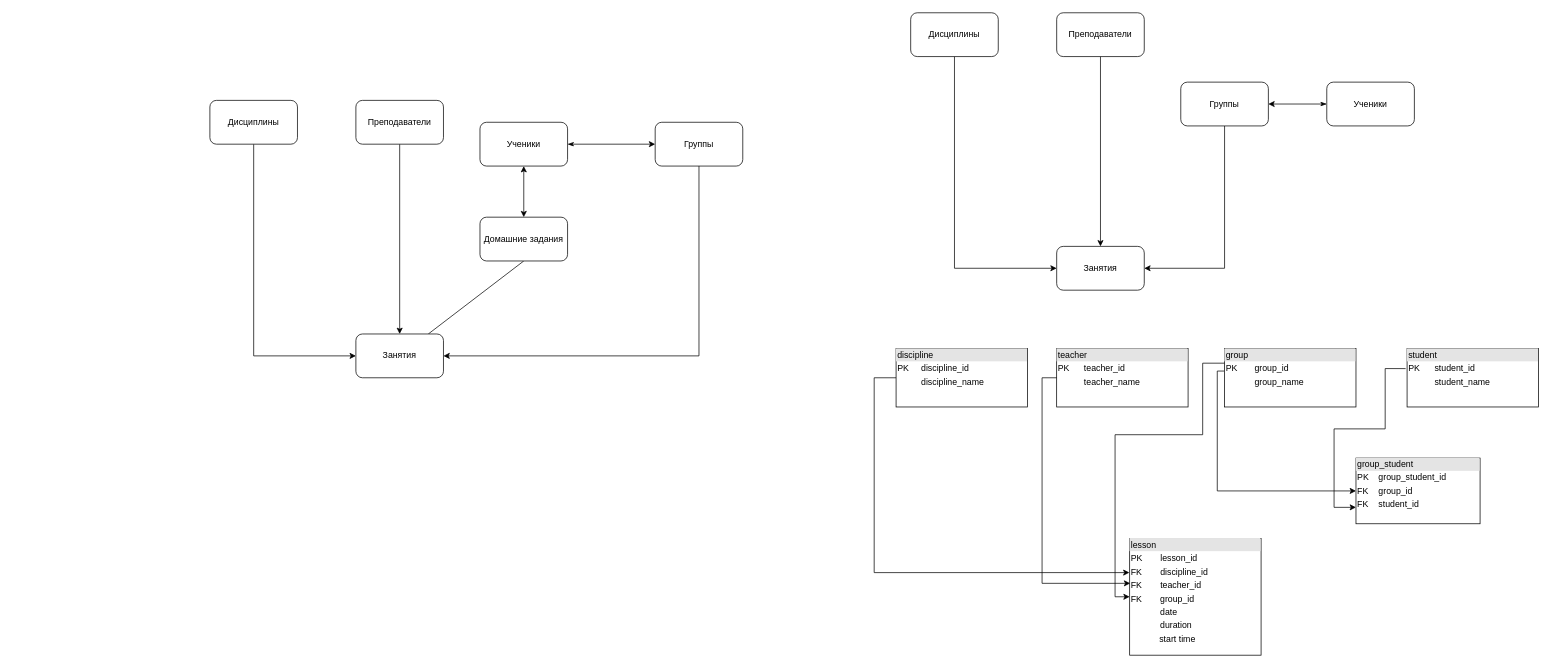
Before: web_final.drawio in flouressaint/myDiagrams, a draw.io diagram. Source tidied: cells renumbered, new cells numbered last; positions are measured from the earlier drawing's top-left corner, leaving out a move shared by most shapes. Both pictures are drawn from the tidied source at 73%, with x=0, y=0 at pixel (210, 12).
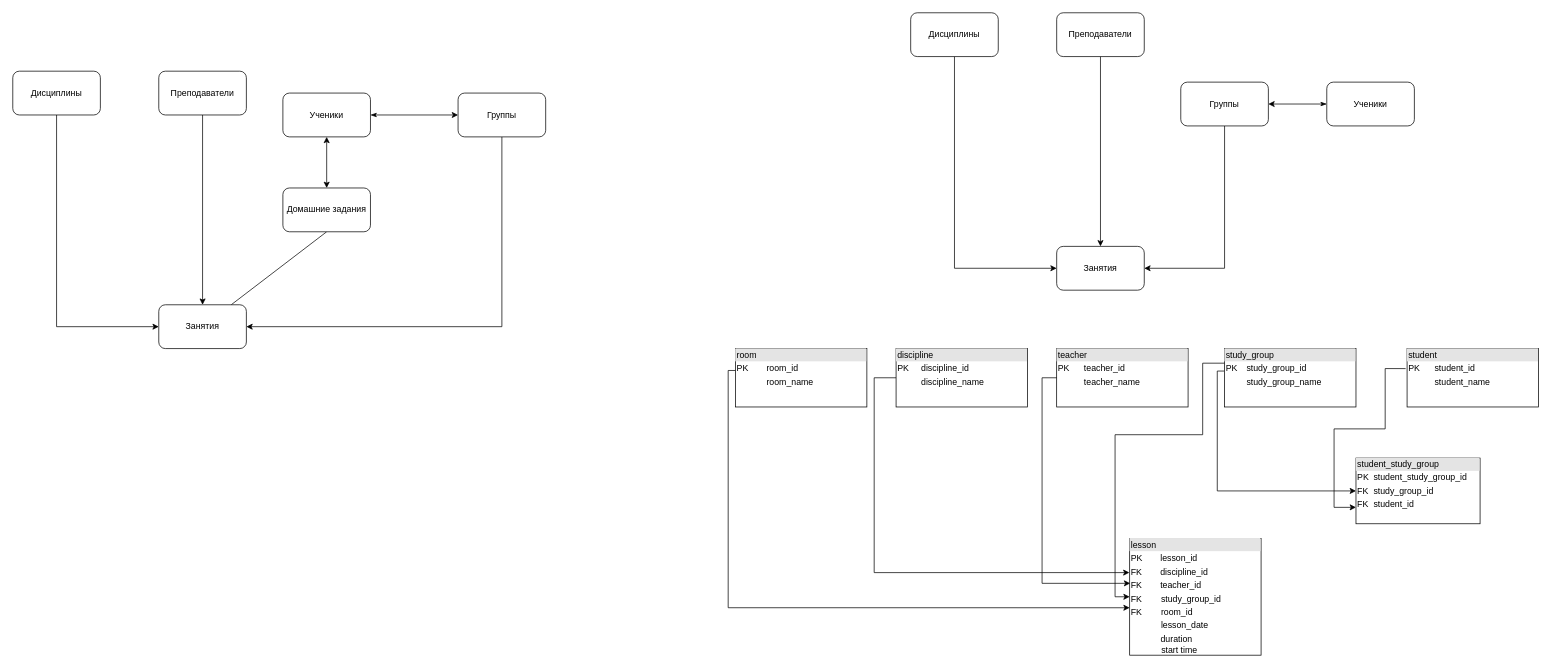
After the change.

Diff of the diagram source:
```diff
@@
     <mxCell id="3" value="Занятия" style="rounded=1;whiteSpace=wrap;html=1;" parent="1" vertex="1">
-      <mxGeometry x="200" y="440" width="120" height="60" as="geometry" />
+      <mxGeometry x="-70" y="400" width="120" height="60" as="geometry" />
     </mxCell>
@@
     <mxCell id="5" value="Преподавате&lt;span style=&quot;white-space: pre;&quot;&gt;ли&lt;/span&gt;" style="rounded=1;whiteSpace=wrap;html=1;" parent="1" vertex="1">
-      <mxGeometry x="200" y="120" width="120" height="60" as="geometry" />
+      <mxGeometry x="-70" y="80" width="120" height="60" as="geometry" />
     </mxCell>
@@
     <mxCell id="8" value="Ученики" style="rounded=1;whiteSpace=wrap;html=1;" parent="1" vertex="1">
-      <mxGeometry x="370" y="150" width="120" height="60" as="geometry" />
+      <mxGeometry x="100" y="110" width="120" height="60" as="geometry" />
     </mxCell>
@@
     <mxCell id="10" value="Дисциплины" style="rounded=1;whiteSpace=wrap;html=1;" parent="1" vertex="1">
-      <mxGeometry y="120" width="120" height="60" as="geometry" />
+      <mxGeometry x="-270" y="80" width="120" height="60" as="geometry" />
     </mxCell>
@@
     <mxCell id="12" value="Группы" style="rounded=1;whiteSpace=wrap;html=1;" parent="1" vertex="1">
-      <mxGeometry x="610" y="150" width="120" height="60" as="geometry" />
+      <mxGeometry x="340" y="110" width="120" height="60" as="geometry" />
     </mxCell>
     <mxCell id="13" value="Домашние задания" style="rounded=1;whiteSpace=wrap;html=1;" parent="1" vertex="1">
-      <mxGeometry x="370" y="280" width="120" height="60" as="geometry" />
+      <mxGeometry x="100" y="240" width="120" height="60" as="geometry" />
     </mxCell>
@@
-    <mxCell id="27" value="&lt;div style=&quot;box-sizing:border-box;width:100%;background:#e4e4e4;padding:2px;&quot;&gt;group&lt;/div&gt;&lt;table style=&quot;width:100%;font-size:1em;&quot; cellpadding=&quot;2&quot; cellspacing=&quot;0&quot;&gt;&lt;tbody&gt;&lt;tr&gt;&lt;td&gt;PK&lt;/td&gt;&lt;td&gt;group_id&lt;/td&gt;&lt;/tr&gt;&lt;tr&gt;&lt;td&gt;&lt;br&gt;&lt;/td&gt;&lt;td&gt;group_name&lt;/td&gt;&lt;/tr&gt;&lt;tr&gt;&lt;td&gt;&lt;/td&gt;&lt;td&gt;&lt;br&gt;&lt;/td&gt;&lt;/tr&gt;&lt;/tbody&gt;&lt;/table&gt;" style="verticalAlign=top;align=left;overflow=fill;html=1;whiteSpace=wrap;" parent="1" vertex="1">
+    <mxCell id="27" value="&lt;div style=&quot;box-sizing:border-box;width:100%;background:#e4e4e4;padding:2px;&quot;&gt;study_group&lt;/div&gt;&lt;table style=&quot;width:100%;font-size:1em;&quot; cellpadding=&quot;2&quot; cellspacing=&quot;0&quot;&gt;&lt;tbody&gt;&lt;tr&gt;&lt;td&gt;PK&lt;/td&gt;&lt;td&gt;study_group_id&lt;/td&gt;&lt;/tr&gt;&lt;tr&gt;&lt;td&gt;&lt;br&gt;&lt;/td&gt;&lt;td&gt;study_group_name&lt;/td&gt;&lt;/tr&gt;&lt;tr&gt;&lt;td&gt;&lt;/td&gt;&lt;td&gt;&lt;br&gt;&lt;/td&gt;&lt;/tr&gt;&lt;/tbody&gt;&lt;/table&gt;" style="verticalAlign=top;align=left;overflow=fill;html=1;whiteSpace=wrap;" parent="1" vertex="1">
       <mxGeometry x="1390" y="460" width="180" height="80" as="geometry" />
     </mxCell>
@@
-    <mxCell id="30" value="&lt;div style=&quot;box-sizing:border-box;width:100%;background:#e4e4e4;padding:2px;&quot;&gt;group_student&lt;/div&gt;&lt;table style=&quot;width:100%;font-size:1em;&quot; cellpadding=&quot;2&quot; cellspacing=&quot;0&quot;&gt;&lt;tbody&gt;&lt;tr&gt;&lt;td&gt;PK&lt;/td&gt;&lt;td&gt;group_student_id&lt;/td&gt;&lt;/tr&gt;&lt;tr&gt;&lt;td&gt;FK&lt;/td&gt;&lt;td&gt;group_id&lt;/td&gt;&lt;/tr&gt;&lt;tr&gt;&lt;td&gt;FK&lt;/td&gt;&lt;td&gt;student_id&lt;/td&gt;&lt;/tr&gt;&lt;/tbody&gt;&lt;/table&gt;" style="verticalAlign=top;align=left;overflow=fill;html=1;whiteSpace=wrap;" parent="1" vertex="1">
+    <mxCell id="30" value="&lt;div style=&quot;box-sizing:border-box;width:100%;background:#e4e4e4;padding:2px;&quot;&gt;student_study_group&lt;/div&gt;&lt;table style=&quot;width:100%;font-size:1em;&quot; cellpadding=&quot;2&quot; cellspacing=&quot;0&quot;&gt;&lt;tbody&gt;&lt;tr&gt;&lt;td&gt;PK&lt;/td&gt;&lt;td&gt;student_study_group_id&lt;/td&gt;&lt;/tr&gt;&lt;tr&gt;&lt;td&gt;FK&lt;/td&gt;&lt;td&gt;study_group_id&lt;/td&gt;&lt;/tr&gt;&lt;tr&gt;&lt;td&gt;FK&lt;/td&gt;&lt;td&gt;student_id&lt;/td&gt;&lt;/tr&gt;&lt;/tbody&gt;&lt;/table&gt;" style="verticalAlign=top;align=left;overflow=fill;html=1;whiteSpace=wrap;" parent="1" vertex="1">
       <mxGeometry x="1570" y="610" width="170" height="90" as="geometry" />
     </mxCell>
-    <mxCell id="31" value="&lt;div style=&quot;box-sizing:border-box;width:100%;background:#e4e4e4;padding:2px;&quot;&gt;lesson&lt;/div&gt;&lt;table style=&quot;width:100%;font-size:1em;&quot; cellpadding=&quot;2&quot; cellspacing=&quot;0&quot;&gt;&lt;tbody&gt;&lt;tr&gt;&lt;td&gt;PK&lt;/td&gt;&lt;td&gt;lesson_id&lt;/td&gt;&lt;/tr&gt;&lt;tr&gt;&lt;td&gt;FK&lt;/td&gt;&lt;td&gt;discipline_id&lt;/td&gt;&lt;/tr&gt;&lt;tr&gt;&lt;td&gt;FK&lt;/td&gt;&lt;td&gt;teacher_id&lt;/td&gt;&lt;/tr&gt;&lt;/tbody&gt;&lt;/table&gt;&lt;table style=&quot;border-color: var(--border-color); font-size: 1em; width: 180px;&quot; cellpadding=&quot;2&quot; cellspacing=&quot;0&quot;&gt;&lt;tbody style=&quot;border-color: var(--border-color);&quot;&gt;&lt;tr style=&quot;border-color: var(--border-color);&quot;&gt;&lt;td style=&quot;border-color: var(--border-color);&quot;&gt;FK&lt;/td&gt;&lt;td style=&quot;border-color: var(--border-color);&quot;&gt;group_id&lt;/td&gt;&lt;/tr&gt;&lt;tr style=&quot;border-color: var(--border-color);&quot;&gt;&lt;td style=&quot;border-color: var(--border-color);&quot;&gt;&lt;br&gt;&lt;/td&gt;&lt;td style=&quot;border-color: var(--border-color);&quot;&gt;date &amp;nbsp; &amp;nbsp; &amp;nbsp; &amp;nbsp; &amp;nbsp; &amp;nbsp;&lt;/td&gt;&lt;/tr&gt;&lt;tr style=&quot;border-color: var(--border-color);&quot;&gt;&lt;td style=&quot;border-color: var(--border-color);&quot;&gt;&lt;br&gt;&lt;/td&gt;&lt;td style=&quot;border-color: var(--border-color);&quot;&gt;duration&lt;/td&gt;&lt;/tr&gt;&lt;/tbody&gt;&lt;/table&gt;&lt;table style=&quot;border-color: var(--border-color); font-size: 1em; width: 180px;&quot; cellpadding=&quot;2&quot; cellspacing=&quot;0&quot;&gt;&lt;tbody style=&quot;border-color: var(--border-color);&quot;&gt;&lt;tr style=&quot;border-color: var(--border-color);&quot;&gt;&lt;td style=&quot;border-color: var(--border-color);&quot;&gt;&lt;span style=&quot;white-space: pre;&quot;&gt;&amp;nbsp;  &lt;/span&gt;&lt;/td&gt;&lt;td style=&quot;border-color: var(--border-color);&quot;&gt;&amp;nbsp;start time&lt;/td&gt;&lt;/tr&gt;&lt;/tbody&gt;&lt;/table&gt;" style="verticalAlign=top;align=left;overflow=fill;html=1;whiteSpace=wrap;" parent="1" vertex="1">
+    <mxCell id="31" value="&lt;div style=&quot;box-sizing:border-box;width:100%;background:#e4e4e4;padding:2px;&quot;&gt;lesson&lt;/div&gt;&lt;table style=&quot;width:100%;font-size:1em;&quot; cellpadding=&quot;2&quot; cellspacing=&quot;0&quot;&gt;&lt;tbody&gt;&lt;tr&gt;&lt;td&gt;PK&lt;/td&gt;&lt;td&gt;lesson_id&lt;/td&gt;&lt;/tr&gt;&lt;tr&gt;&lt;td&gt;FK&lt;/td&gt;&lt;td&gt;discipline_id&lt;/td&gt;&lt;/tr&gt;&lt;tr&gt;&lt;td&gt;FK&lt;/td&gt;&lt;td&gt;teacher_id&lt;/td&gt;&lt;/tr&gt;&lt;/tbody&gt;&lt;/table&gt;&lt;table style=&quot;border-color: var(--border-color); font-size: 1em; width: 180px;&quot; cellpadding=&quot;2&quot; cellspacing=&quot;0&quot;&gt;&lt;tbody style=&quot;border-color: var(--border-color);&quot;&gt;&lt;tr style=&quot;border-color: var(--border-color);&quot;&gt;&lt;td style=&quot;border-color: var(--border-color);&quot;&gt;FK&lt;/td&gt;&lt;td style=&quot;border-color: var(--border-color);&quot;&gt;study_group_id&lt;/td&gt;&lt;/tr&gt;&lt;tr style=&quot;border-color: var(--border-color);&quot;&gt;&lt;td style=&quot;border-color: var(--border-color);&quot;&gt;FK &amp;nbsp;&lt;/td&gt;&lt;td style=&quot;border-color: var(--border-color);&quot;&gt;room_id &amp;nbsp; &amp;nbsp; &amp;nbsp; &amp;nbsp; &amp;nbsp; &amp;nbsp;&lt;/td&gt;&lt;/tr&gt;&lt;tr style=&quot;border-color: var(--border-color);&quot;&gt;&lt;td style=&quot;border-color: var(--border-color);&quot;&gt;&lt;br&gt;&lt;/td&gt;&lt;td style=&quot;border-color: var(--border-color);&quot;&gt;lesson_date&lt;/td&gt;&lt;/tr&gt;&lt;/tbody&gt;&lt;/table&gt;&lt;table style=&quot;border-color: var(--border-color); font-size: 1em; width: 180px;&quot; cellpadding=&quot;2&quot; cellspacing=&quot;0&quot;&gt;&lt;tbody style=&quot;border-color: var(--border-color);&quot;&gt;&lt;tr style=&quot;border-color: var(--border-color);&quot;&gt;&lt;td style=&quot;border-color: var(--border-color);&quot;&gt;&lt;span style=&quot;&quot;&gt;&amp;nbsp;  &lt;/span&gt;&lt;/td&gt;&lt;td style=&quot;border-color: var(--border-color);&quot;&gt;&amp;nbsp; &amp;nbsp; &amp;nbsp; &amp;nbsp; &amp;nbsp; duration&lt;br&gt;&lt;table style=&quot;border-color: var(--border-color); font-size: 1em; width: 180px;&quot; cellpadding=&quot;2&quot; cellspacing=&quot;0&quot;&gt;&lt;tbody style=&quot;border-color: var(--border-color);&quot;&gt;&lt;tr style=&quot;border-color: var(--border-color);&quot;&gt;&lt;td style=&quot;border-color: var(--border-color);&quot;&gt;&lt;br&gt;&lt;/td&gt;&lt;td style=&quot;border-color: var(--border-color);&quot;&gt;&amp;nbsp; &amp;nbsp; &amp;nbsp; &amp;nbsp;start time&lt;/td&gt;&lt;/tr&gt;&lt;/tbody&gt;&lt;/table&gt;&lt;/td&gt;&lt;/tr&gt;&lt;/tbody&gt;&lt;/table&gt;" style="verticalAlign=top;align=left;overflow=fill;html=1;whiteSpace=wrap;" parent="1" vertex="1">
       <mxGeometry x="1260" y="720" width="180" height="160" as="geometry" />
     </mxCell>
@@
+    <mxCell id="34" value="&lt;div style=&quot;box-sizing:border-box;width:100%;background:#e4e4e4;padding:2px;&quot;&gt;room&lt;/div&gt;&lt;table style=&quot;width:100%;font-size:1em;&quot; cellpadding=&quot;2&quot; cellspacing=&quot;0&quot;&gt;&lt;tbody&gt;&lt;tr&gt;&lt;td&gt;PK&lt;/td&gt;&lt;td&gt;room_id&lt;/td&gt;&lt;/tr&gt;&lt;tr&gt;&lt;td&gt;&lt;br&gt;&lt;/td&gt;&lt;td&gt;room_name&lt;/td&gt;&lt;/tr&gt;&lt;tr&gt;&lt;td&gt;&lt;/td&gt;&lt;td&gt;&lt;br&gt;&lt;/td&gt;&lt;/tr&gt;&lt;/tbody&gt;&lt;/table&gt;" style="verticalAlign=top;align=left;overflow=fill;html=1;whiteSpace=wrap;" parent="1" vertex="1">
+      <mxGeometry x="720" y="460" width="180" height="80" as="geometry" />
+    </mxCell>
+    <mxCell id="35" style="edgeStyle=orthogonalEdgeStyle;rounded=0;jettySize=auto;html=1;entryX=0;entryY=0.594;entryDx=0;entryDy=0;exitX=0;exitY=0.375;exitDx=0;exitDy=0;exitPerimeter=0;entryPerimeter=0;" parent="1" edge="1" source="34" target="31">
+      <mxGeometry relative="1" as="geometry">
+        <Array as="points">
+          <mxPoint x="710" y="490" />
+          <mxPoint x="710" y="815" />
+        </Array>
+      </mxGeometry>
+    </mxCell>
```
